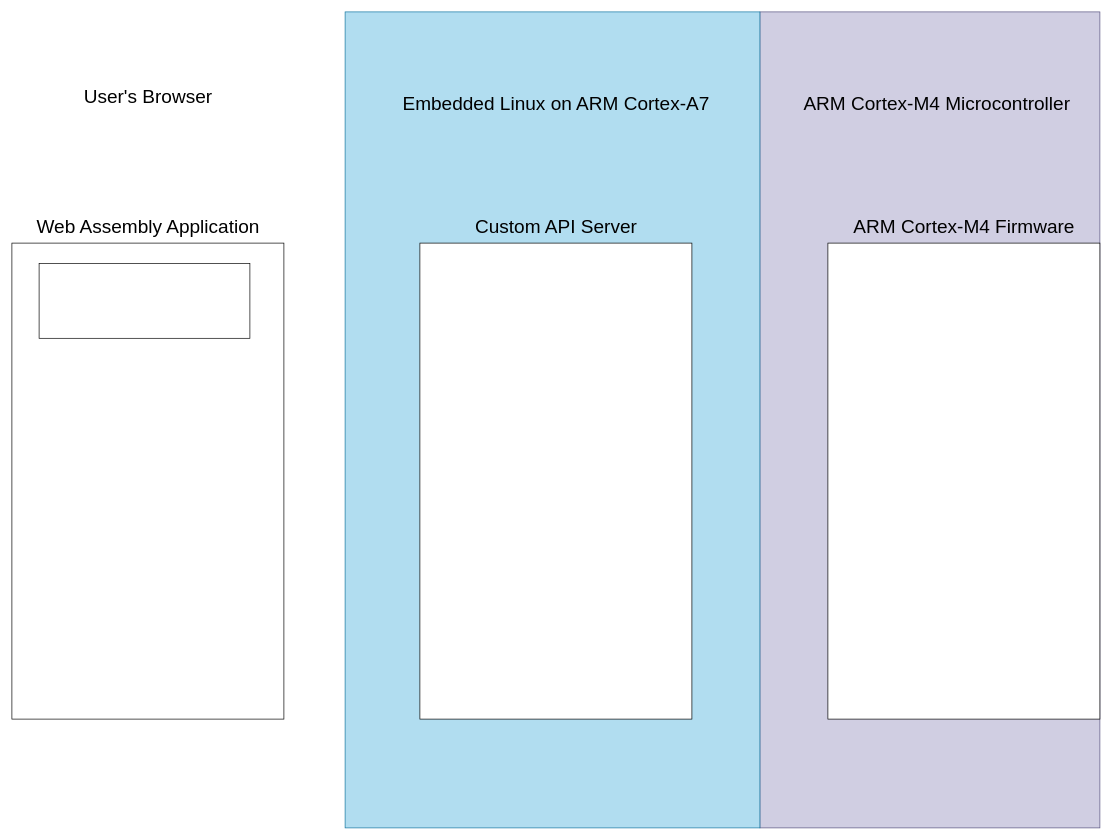
Above: assets/Untitled Diagram.drawio in DMGDy/SeniorDesign-FinalReport (draw.io), before the change. Source tidied: cells renumbered, new cells numbered last; positions are measured from the earlier drawing's top-left corner, leaving out a move shared by most shapes. Both pictures are drawn from the tidied source at 68%, with x=0, y=0 at pixel (12, 12).
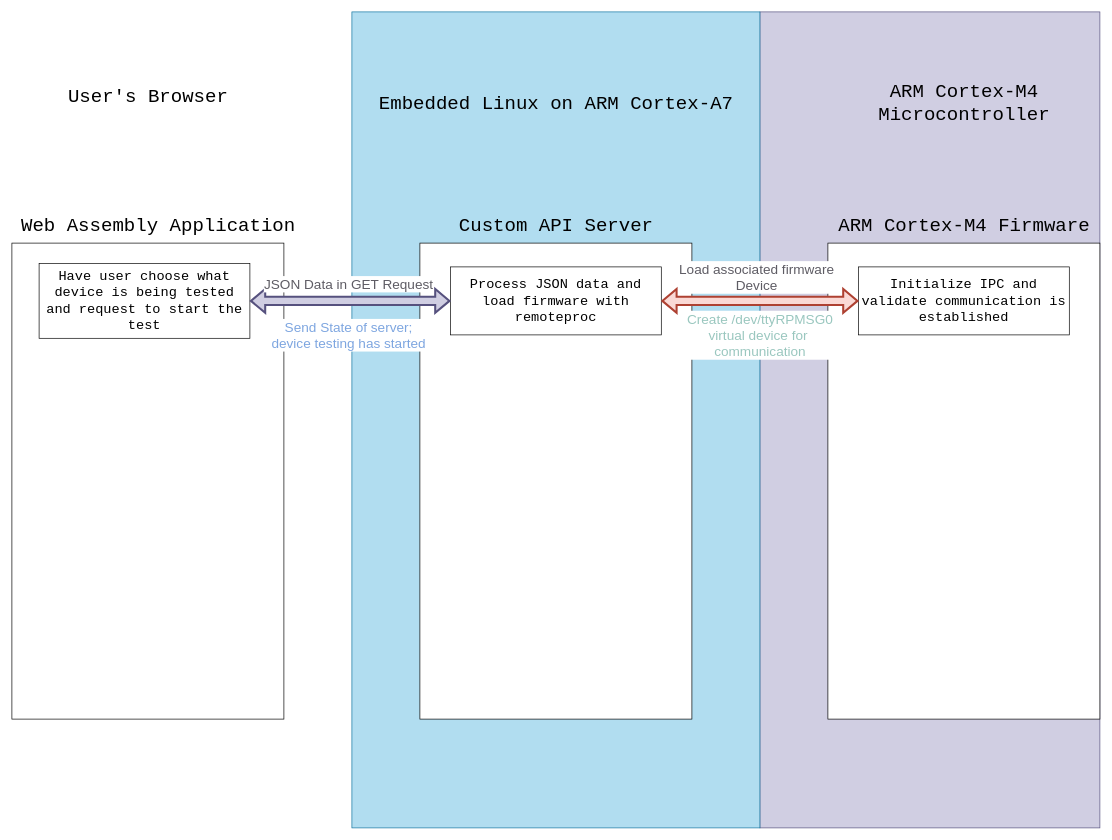
The same page after the edit.

Change to the diagram source:
```diff
@@
-    <mxCell id="2" style="whiteSpace=wrap;html=1;fillColor=#d0cee2;strokeColor=#56517e;" parent="1" vertex="1">
+    <mxCell id="2" style="whiteSpace=wrap;html=1;fillColor=#d0cee2;strokeColor=#56517e;fontFamily=Courier New;" parent="1" vertex="1">
       <mxGeometry x="1100" width="500" height="1200" as="geometry" />
     </mxCell>
-    <mxCell id="3" style="whiteSpace=wrap;html=1;fillColor=#b1ddf0;strokeColor=#10739e;" parent="1" vertex="1">
-      <mxGeometry x="490" width="610" height="1200" as="geometry" />
+    <mxCell id="3" style="whiteSpace=wrap;html=1;fillColor=#b1ddf0;strokeColor=#10739e;fontFamily=Courier New;" parent="1" vertex="1">
+      <mxGeometry x="500" width="600" height="1200" as="geometry" />
     </mxCell>
-    <mxCell id="4" style="rounded=0;whiteSpace=wrap;html=1;" parent="1" vertex="1">
+    <mxCell id="4" style="rounded=0;whiteSpace=wrap;html=1;fontFamily=Courier New;" parent="1" vertex="1">
       <mxGeometry y="340" width="400" height="700" as="geometry" />
     </mxCell>
-    <mxCell id="5" value="&lt;font style=&quot;font-size: 28px;&quot;&gt;Web Assembly Application&lt;br&gt;&lt;/font&gt;" style="text;html=1;align=center;verticalAlign=middle;strokeColor=none;fillColor=none;" parent="1" vertex="1">
-      <mxGeometry x="25" y="290" width="350" height="50" as="geometry" />
+    <mxCell id="5" value="&lt;font style=&quot;font-size: 28px;&quot;&gt;Web Assembly Application&lt;br&gt;&lt;/font&gt;" style="text;html=1;align=center;verticalAlign=middle;strokeColor=none;fillColor=none;fontFamily=Courier New;" parent="1" vertex="1">
+      <mxGeometry y="290" width="430" height="50" as="geometry" />
     </mxCell>
-    <mxCell id="6" style="rounded=0;whiteSpace=wrap;html=1;" parent="1" vertex="1">
+    <mxCell id="6" style="rounded=0;whiteSpace=wrap;html=1;fontFamily=Courier New;" parent="1" vertex="1">
       <mxGeometry x="600" y="340" width="400" height="700" as="geometry" />
     </mxCell>
-    <mxCell id="7" style="rounded=0;whiteSpace=wrap;html=1;" parent="1" vertex="1">
+    <mxCell id="7" style="rounded=0;whiteSpace=wrap;html=1;fontFamily=Courier New;" parent="1" vertex="1">
       <mxGeometry x="1200" y="340" width="400" height="700" as="geometry" />
     </mxCell>
-    <mxCell id="8" value="&lt;font style=&quot;font-size: 28px;&quot;&gt;Custom API Server&lt;br&gt;&lt;/font&gt;" style="text;html=1;align=center;verticalAlign=middle;strokeColor=none;fillColor=none;" parent="1" vertex="1">
-      <mxGeometry x="670" y="290" width="260" height="50" as="geometry" />
+    <mxCell id="8" value="&lt;font style=&quot;font-size: 28px;&quot;&gt;Custom API Server&lt;br&gt;&lt;/font&gt;" style="text;html=1;align=center;verticalAlign=middle;strokeColor=none;fillColor=none;fontFamily=Courier New;" parent="1" vertex="1">
+      <mxGeometry x="645" y="290" width="310" height="50" as="geometry" />
     </mxCell>
-    <mxCell id="9" value="&lt;font style=&quot;font-size: 28px;&quot;&gt;ARM Cortex-M4 Firmware&lt;br&gt;&lt;/font&gt;" style="text;html=1;align=center;verticalAlign=middle;strokeColor=none;fillColor=none;" parent="1" vertex="1">
-      <mxGeometry x="1225" y="290" width="350" height="50" as="geometry" />
+    <mxCell id="9" value="&lt;font style=&quot;font-size: 28px;&quot;&gt;ARM Cortex-M4 Firmware&lt;br&gt;&lt;/font&gt;" style="text;html=1;align=center;verticalAlign=middle;strokeColor=none;fillColor=none;fontFamily=Courier New;" parent="1" vertex="1">
+      <mxGeometry x="1205" y="290" width="390" height="50" as="geometry" />
     </mxCell>
-    <mxCell id="10" value="&lt;font style=&quot;font-size: 28px;&quot;&gt;Embedded Linux on ARM Cortex-A7&lt;br&gt;&lt;/font&gt;" style="text;html=1;align=center;verticalAlign=middle;strokeColor=none;fillColor=none;" parent="1" vertex="1">
-      <mxGeometry x="560" y="110" width="480" height="50" as="geometry" />
+    <mxCell id="10" value="&lt;font style=&quot;font-size: 28px;&quot;&gt;Embedded Linux on ARM Cortex-A7&lt;br&gt;&lt;/font&gt;" style="text;html=1;align=center;verticalAlign=middle;strokeColor=none;fillColor=none;fontFamily=Courier New;" parent="1" vertex="1">
+      <mxGeometry x="530" y="110" width="540" height="50" as="geometry" />
     </mxCell>
-    <mxCell id="11" value="&lt;font style=&quot;font-size: 28px;&quot;&gt;ARM Cortex-M4 Microcontroller&lt;br&gt;&lt;/font&gt;" style="text;html=1;align=center;verticalAlign=middle;strokeColor=none;fillColor=none;" parent="1" vertex="1">
-      <mxGeometry x="1155" y="110" width="410" height="50" as="geometry" />
+    <mxCell id="11" value="&lt;font style=&quot;font-size: 28px;&quot;&gt;ARM Cortex-M4 &lt;br&gt;Microcontroller&lt;br&gt;&lt;/font&gt;" style="text;html=1;align=center;verticalAlign=middle;strokeColor=none;fillColor=none;fontFamily=Courier New;" parent="1" vertex="1">
+      <mxGeometry x="1260" y="95" width="280" height="80" as="geometry" />
     </mxCell>
-    <mxCell id="12" value="&lt;font style=&quot;font-size: 28px;&quot;&gt;User's Browser &lt;/font&gt;" style="text;html=1;align=center;verticalAlign=middle;strokeColor=none;fillColor=none;" parent="1" vertex="1">
-      <mxGeometry x="95" y="100" width="210" height="50" as="geometry" />
+    <mxCell id="12" value="&lt;font style=&quot;font-size: 28px;&quot;&gt;User's Browser &lt;/font&gt;" style="text;html=1;align=center;verticalAlign=middle;strokeColor=none;fillColor=none;fontFamily=Courier New;" parent="1" vertex="1">
+      <mxGeometry x="70" y="100" width="260" height="50" as="geometry" />
     </mxCell>
-    <mxCell id="13" style="whiteSpace=wrap;html=1;" parent="1" vertex="1">
+    <mxCell id="13" value="&lt;font style=&quot;font-size: 20px;&quot;&gt;Have user choose what device is being tested and request to start the test&lt;/font&gt;" style="whiteSpace=wrap;html=1;fontSize=20;fontFamily=Courier New;" parent="1" vertex="1">
       <mxGeometry x="40" y="370" width="310" height="110" as="geometry" />
     </mxCell>
+    <mxCell id="14" value="Process JSON data and load firmware with remoteproc" style="whiteSpace=wrap;html=1;fontSize=20;fontFamily=Courier New;" parent="1" vertex="1">
+      <mxGeometry x="645" y="375" width="310" height="100" as="geometry" />
+    </mxCell>
+    <mxCell id="15" style="shape=flexArrow;endArrow=classic;startArrow=classic;html=1;rounded=0;exitX=1;exitY=0.5;exitDx=0;exitDy=0;strokeWidth=3;fillColor=#d0cee2;strokeColor=#56517e;" parent="1" edge="1" source="13" target="14">
+      <mxGeometry relative="1" as="geometry" />
+    </mxCell>
+    <mxCell id="16" value="&lt;font color=&quot;#5e5c64&quot;&gt;JSON Data in GET Request&lt;/font&gt;" style="text;html=1;align=center;verticalAlign=middle;strokeColor=none;fillColor=none;fontSize=20;fontColor=#7EA6E0;labelBackgroundColor=default;" parent="1" vertex="1">
+      <mxGeometry x="360" y="380" width="270" height="40" as="geometry" />
+    </mxCell>
+    <mxCell id="17" value="Initialize IPC and validate communication is established" style="whiteSpace=wrap;html=1;fontSize=20;fontFamily=Courier New;" parent="1" vertex="1">
+      <mxGeometry x="1245" y="375" width="310" height="100" as="geometry" />
+    </mxCell>
+    <mxCell id="18" style="shape=flexArrow;endArrow=classic;startArrow=classic;html=1;rounded=0;exitX=1;exitY=0.5;exitDx=0;exitDy=0;entryX=0;entryY=0.5;entryDx=0;entryDy=0;fontSize=12;strokeWidth=3;fillColor=#fad9d5;strokeColor=#ae4132;" parent="1" edge="1" source="14" target="17">
+      <mxGeometry relative="1" as="geometry" />
+    </mxCell>
+    <mxCell id="19" value="&lt;font color=&quot;#5e5c64&quot;&gt;Load associated firmware&lt;br&gt;Device&lt;br&gt;&lt;/font&gt;" style="text;html=1;align=center;verticalAlign=middle;strokeColor=none;fillColor=none;fontSize=20;fontColor=#7EA6E0;labelBackgroundColor=default;" parent="1" vertex="1">
+      <mxGeometry x="970" y="360" width="250" height="60" as="geometry" />
+    </mxCell>
+    <mxCell id="20" value="&lt;div&gt;&lt;font color=&quot;#9ac7bf&quot;&gt;Create /dev/ttyRPMSG0&lt;/font&gt;&lt;/div&gt;&lt;div&gt;&lt;font color=&quot;#9ac7bf&quot;&gt;virtual device for&amp;nbsp;&lt;/font&gt;&lt;/div&gt;&lt;div&gt;&lt;font color=&quot;#9ac7bf&quot;&gt;communication&lt;br&gt;&lt;/font&gt;&lt;/div&gt;" style="text;html=1;align=center;verticalAlign=middle;strokeColor=none;fillColor=none;fontSize=20;fontColor=#7EA6E0;labelBackgroundColor=default;" parent="1" vertex="1">
+      <mxGeometry x="980" y="430" width="240" height="90" as="geometry" />
+    </mxCell>
+    <mxCell id="21" value="Send State of server; &lt;br&gt;device testing has started" style="text;html=1;align=center;verticalAlign=middle;strokeColor=none;fillColor=none;fontSize=20;fontColor=#7EA6E0;labelBackgroundColor=default;" parent="1" vertex="1">
+      <mxGeometry x="370" y="445" width="250" height="60" as="geometry" />
+    </mxCell>
```
